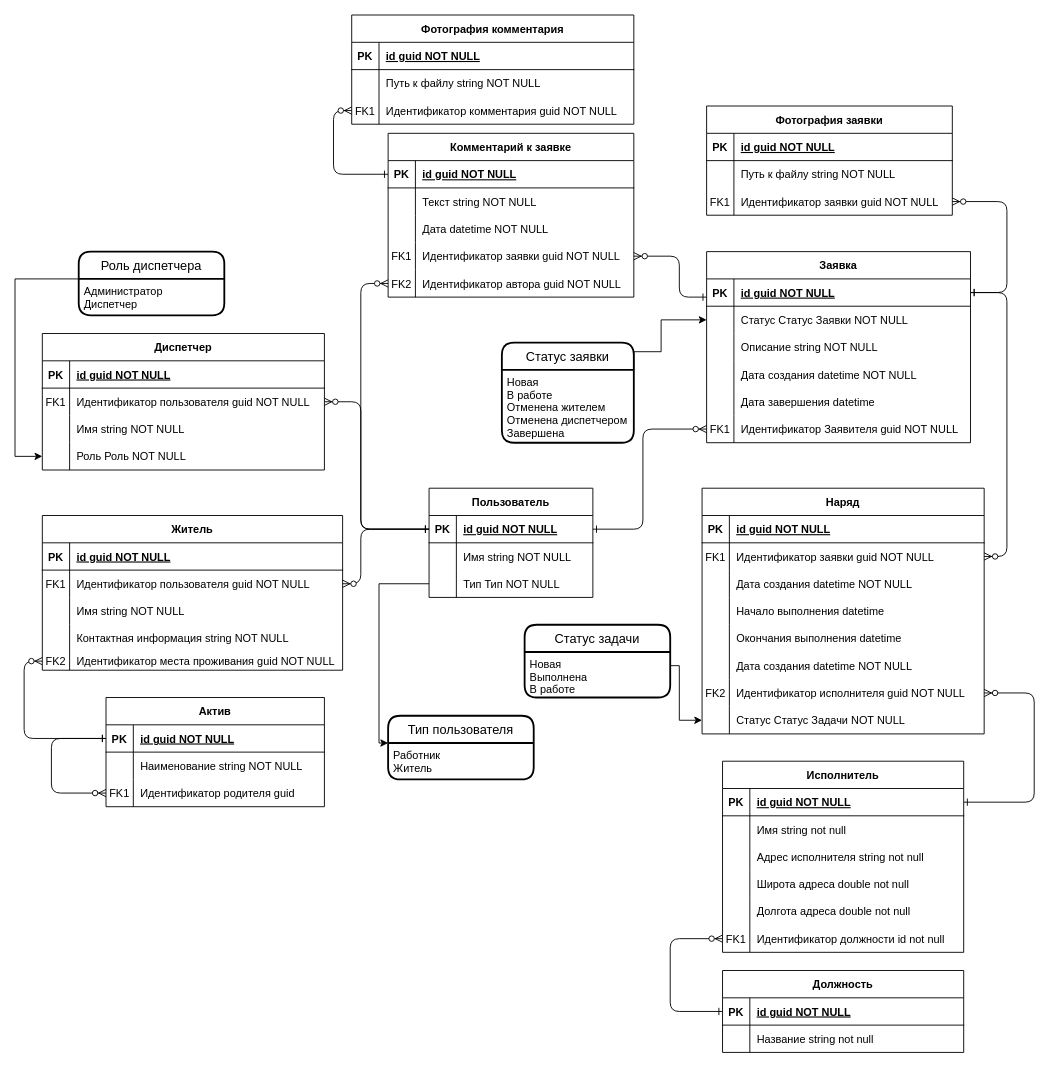
Earlier version of the draw.io diagram er.drawio (iamquoz/essen). Source tidied: cells renumbered, new cells numbered last; positions are measured from the earlier drawing's top-left corner, leaving out a move shared by most shapes. Both pictures are drawn from the tidied source at 91%, with x=0, y=0 at pixel (-26, 15).
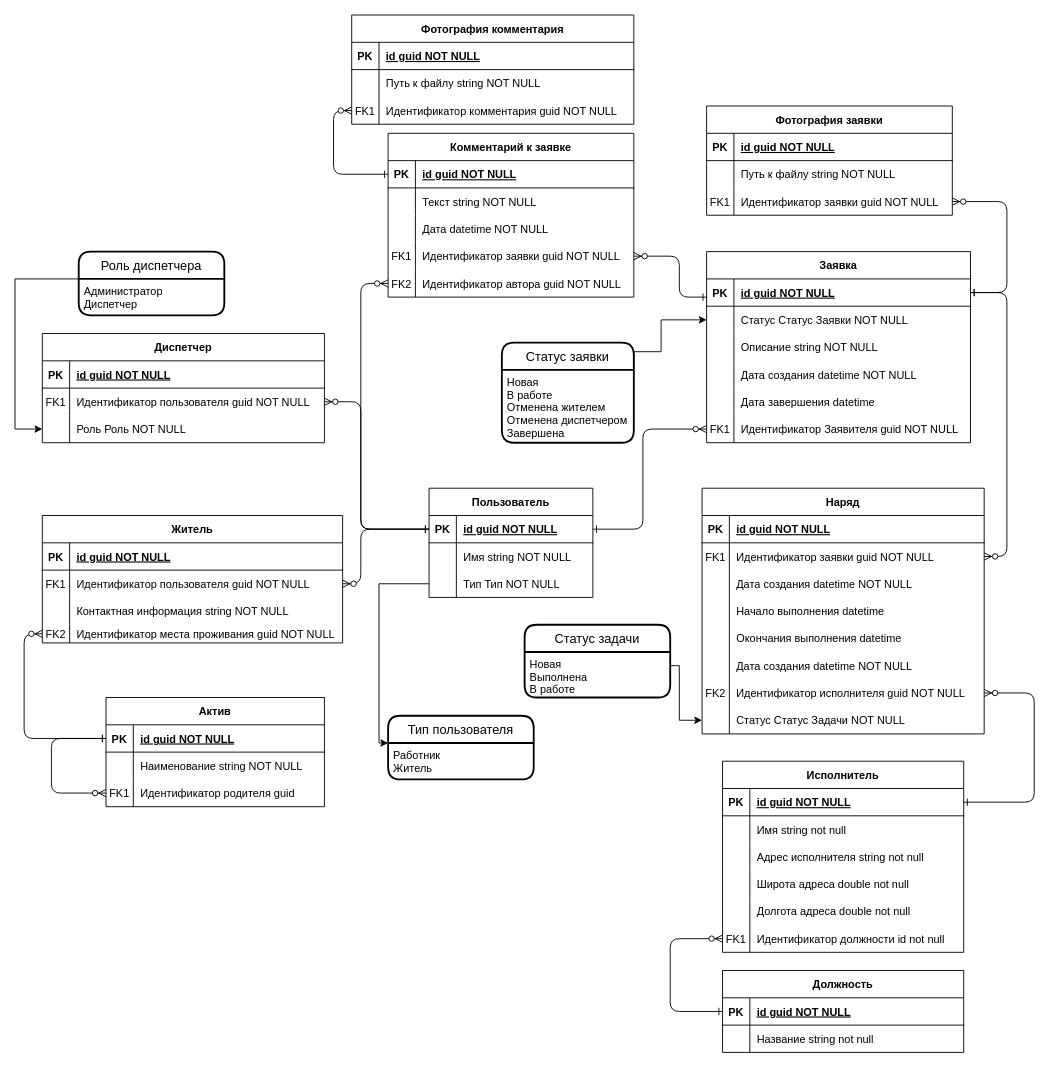
The same page after the edit.

The edit, as a diff of the source:
```diff
@@
     <mxCell id="109" value="Житель" style="shape=table;startSize=30;childLayout=tableLayout;rowLines=0;fontStyle=1;align=center;" parent="1" vertex="1">
-      <mxGeometry x="75" y="550" width="330" height="170" as="geometry" />
+      <mxGeometry x="75" y="550" width="330" height="140" as="geometry" />
     </mxCell>
@@
-    <mxCell id="116" style="shape=tableRow;horizontal=0;startSize=0;swimlaneHead=0;swimlaneBody=0;fillColor=none;top=0;left=0;right=0;bottom=0;" parent="109" vertex="1">
-      <mxGeometry y="90" width="330" height="30" as="geometry" />
-    </mxCell>
-    <mxCell id="117" style="shape=partialRectangle;fillColor=none;top=0;left=0;bottom=0;right=0;overflow=hidden;" parent="116" vertex="1">
-      <mxGeometry width="30" height="30" as="geometry" />
-    </mxCell>
-    <mxCell id="118" value="Имя string NOT NULL" style="shape=partialRectangle;fillColor=none;top=0;left=0;bottom=0;right=0;align=left;spacingLeft=6;overflow=hidden;" parent="116" vertex="1">
-      <mxGeometry x="30" width="300" height="30" as="geometry" />
-    </mxCell>
     <mxCell id="119" style="shape=tableRow;horizontal=0;startSize=0;swimlaneHead=0;swimlaneBody=0;fillColor=none;top=0;left=0;right=0;bottom=0;" parent="109" vertex="1">
-      <mxGeometry y="120" width="330" height="30" as="geometry" />
+      <mxGeometry y="90" width="330" height="30" as="geometry" />
     </mxCell>
@@
     <mxCell id="122" style="shape=tableRow;horizontal=0;startSize=0;swimlaneHead=0;swimlaneBody=0;fillColor=none;points=[[0,0.5],[1,0.5]];portConstraint=eastwest;top=0;left=0;right=0;bottom=0;" parent="109" vertex="1">
-      <mxGeometry y="150" width="330" height="20" as="geometry" />
+      <mxGeometry y="120" width="330" height="20" as="geometry" />
     </mxCell>
@@
     <mxCell id="154" value="Диспетчер" style="shape=table;startSize=30;childLayout=tableLayout;rowLines=0;fontStyle=1;align=center;" parent="1" vertex="1">
-      <mxGeometry x="75" y="350" width="310" height="150" as="geometry" />
+      <mxGeometry x="75" y="350" width="310" height="120" as="geometry" />
     </mxCell>
@@
-    <mxCell id="161" style="shape=tableRow;horizontal=0;startSize=0;swimlaneHead=0;swimlaneBody=0;fillColor=none;top=0;left=0;right=0;bottom=0;" parent="154" vertex="1">
-      <mxGeometry y="90" width="310" height="30" as="geometry" />
-    </mxCell>
-    <mxCell id="162" style="shape=partialRectangle;fillColor=none;top=0;left=0;bottom=0;right=0;overflow=hidden;" parent="161" vertex="1">
-      <mxGeometry width="30" height="30" as="geometry" />
-    </mxCell>
-    <mxCell id="163" value="Имя string NOT NULL" style="shape=partialRectangle;fillColor=none;top=0;left=0;bottom=0;right=0;align=left;spacingLeft=6;overflow=hidden;" parent="161" vertex="1">
-      <mxGeometry x="30" width="280" height="30" as="geometry" />
-    </mxCell>
     <mxCell id="164" style="shape=tableRow;horizontal=0;startSize=0;swimlaneHead=0;swimlaneBody=0;fillColor=none;points=[[0,0.5],[1,0.5]];portConstraint=eastwest;top=0;left=0;right=0;bottom=0;" parent="154" vertex="1">
-      <mxGeometry y="120" width="310" height="30" as="geometry" />
+      <mxGeometry y="90" width="310" height="30" as="geometry" />
     </mxCell>
```
